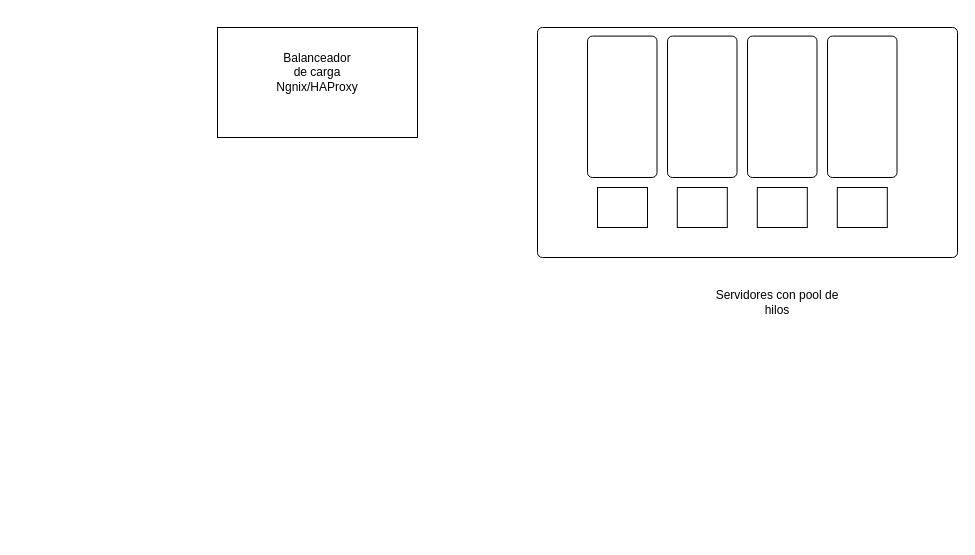
AbrilBartolome/PFO3_Redes keeps this draw.io diagram as Diagrama sin título.drawio. Above is the earlier version. Source tidied: cells renumbered, new cells numbered last; positions are measured from the earlier drawing's top-left corner, leaving out a move shared by most shapes. Both pictures are drawn from the tidied source at 100%, with x=0, y=0 at pixel (217, 27).
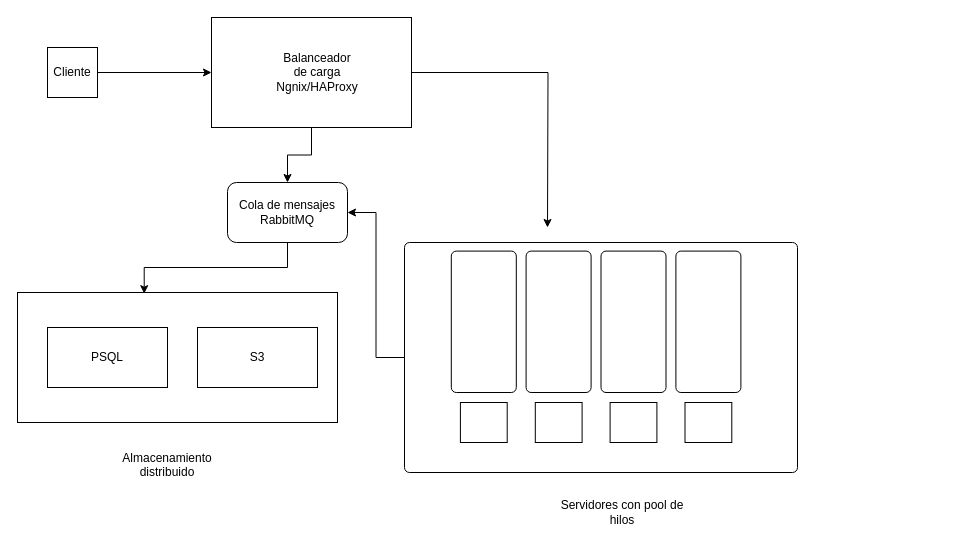
The same diagram, later.

What changed in the source:
```diff
@@
+    <mxCell id="15" style="edgeStyle=orthogonalEdgeStyle;rounded=0;jettySize=auto;html=1;" parent="1" edge="1" source="2">
+      <mxGeometry relative="1" as="geometry">
+        <mxPoint x="330" y="200" as="targetPoint" />
+      </mxGeometry>
+    </mxCell>
+    <mxCell id="16" style="edgeStyle=orthogonalEdgeStyle;rounded=0;jettySize=auto;html=1;" parent="1" edge="1" source="2" target="21">
+      <mxGeometry relative="1" as="geometry" />
+    </mxCell>
     <mxCell id="2" style="rounded=0;whiteSpace=wrap;html=1;" parent="1" vertex="1">
-      <mxGeometry width="200" height="110" as="geometry" />
+      <mxGeometry x="-6" y="-10" width="200" height="110" as="geometry" />
     </mxCell>
+    <mxCell id="17" style="edgeStyle=orthogonalEdgeStyle;rounded=0;jettySize=auto;html=1;entryX=1;entryY=0.5;entryDx=0;entryDy=0;" parent="1" edge="1" source="3" target="21">
+      <mxGeometry relative="1" as="geometry" />
+    </mxCell>
     <mxCell id="3" style="rounded=1;absoluteArcSize=1;html=1;arcSize=10;" parent="1" vertex="1">
-      <mxGeometry x="320" width="420" height="230" as="geometry" />
+      <mxGeometry x="187" y="215" width="393" height="230" as="geometry" />
     </mxCell>
     <mxCell id="4" style="html=1;shape=mxgraph.er.anchor;whiteSpace=wrap;" parent="3" vertex="1">
-      <mxGeometry width="210" height="172" as="geometry" />
+      <mxGeometry width="196.5" height="172" as="geometry" />
     </mxCell>
     <mxCell id="5" style="rounded=1;absoluteArcSize=1;html=1;arcSize=10;whiteSpace=wrap;strokeColor=inherit;fillColor=inherit;" parent="3" vertex="1">
-      <mxGeometry x="130" y="8.6" width="69.5" height="141.4" as="geometry" />
+      <mxGeometry x="121.6" y="8.6" width="65" height="141.4" as="geometry" />
     </mxCell>
     <mxCell id="6" style="rounded=1;absoluteArcSize=1;html=1;arcSize=10;whiteSpace=wrap;strokeColor=inherit;fillColor=inherit;" parent="3" vertex="1">
-      <mxGeometry x="210" y="8.6" width="69.5" height="141.4" as="geometry" />
+      <mxGeometry x="196.5" y="8.6" width="65" height="141.4" as="geometry" />
     </mxCell>
     <mxCell id="7" style="rounded=1;absoluteArcSize=1;html=1;arcSize=10;whiteSpace=wrap;strokeColor=inherit;fillColor=inherit;" parent="3" vertex="1">
-      <mxGeometry x="50" y="8.6" width="69.5" height="141.4" as="geometry" />
+      <mxGeometry x="46.8" y="8.6" width="65" height="141.4" as="geometry" />
     </mxCell>
     <mxCell id="8" style="whiteSpace=wrap;html=1;align=center;" parent="3" vertex="1">
-      <mxGeometry x="139.8" y="160" width="50" height="40" as="geometry" />
+      <mxGeometry x="130.8" y="160" width="46.8" height="40" as="geometry" />
     </mxCell>
     <mxCell id="9" style="whiteSpace=wrap;html=1;align=center;" parent="3" vertex="1">
-      <mxGeometry x="219.8" y="160" width="50" height="40" as="geometry" />
+      <mxGeometry x="205.6" y="160" width="46.8" height="40" as="geometry" />
     </mxCell>
     <mxCell id="10" style="rounded=1;absoluteArcSize=1;html=1;arcSize=10;whiteSpace=wrap;strokeColor=inherit;fillColor=inherit;" parent="3" vertex="1">
-      <mxGeometry x="290" y="8.6" width="69.5" height="141.4" as="geometry" />
+      <mxGeometry x="271.4" y="8.6" width="65" height="141.4" as="geometry" />
     </mxCell>
     <mxCell id="11" style="whiteSpace=wrap;html=1;align=center;" parent="3" vertex="1">
-      <mxGeometry x="299.8" y="160" width="50" height="40" as="geometry" />
+      <mxGeometry x="280.5" y="160" width="46.8" height="40" as="geometry" />
     </mxCell>
-    <mxCell id="12" style="whiteSpace=wrap;html=1;align=center;" parent="1" vertex="1">
-      <mxGeometry x="380" y="160" width="50" height="40" as="geometry" />
+    <mxCell id="12" style="whiteSpace=wrap;html=1;align=center;" parent="3" vertex="1">
+      <mxGeometry x="55.9" y="160" width="46.8" height="40" as="geometry" />
     </mxCell>
     <mxCell id="13" value="Servidores con pool de hilos" style="text;html=1;whiteSpace=wrap;strokeColor=none;fillColor=none;align=center;verticalAlign=middle;rounded=0;" parent="1" vertex="1">
-      <mxGeometry x="490" y="250" width="140" height="50" as="geometry" />
+      <mxGeometry x="335" y="460" width="140" height="50" as="geometry" />
     </mxCell>
@@
+    <mxCell id="18" style="edgeStyle=orthogonalEdgeStyle;rounded=0;jettySize=auto;html=1;" parent="1" edge="1" source="19" target="2">
+      <mxGeometry relative="1" as="geometry" />
+    </mxCell>
+    <mxCell id="19" value="Cliente" style="whiteSpace=wrap;html=1;" parent="1" vertex="1">
+      <mxGeometry x="-170" y="20" width="50" height="50" as="geometry" />
+    </mxCell>
+    <mxCell id="20" style="edgeStyle=orthogonalEdgeStyle;rounded=0;jettySize=auto;html=1;entryX=0.396;entryY=0.009;entryDx=0;entryDy=0;entryPerimeter=0;" parent="1" edge="1" source="21" target="22">
+      <mxGeometry relative="1" as="geometry" />
+    </mxCell>
+    <mxCell id="21" value="Cola de mensajes RabbitMQ" style="rounded=1;whiteSpace=wrap;html=1;" parent="1" vertex="1">
+      <mxGeometry x="10" y="155" width="120" height="60" as="geometry" />
+    </mxCell>
+    <mxCell id="22" style="rounded=0;whiteSpace=wrap;html=1;" parent="1" vertex="1">
+      <mxGeometry x="-200" y="265" width="320" height="130" as="geometry" />
+    </mxCell>
+    <mxCell id="23" value="PSQL" style="rounded=0;whiteSpace=wrap;html=1;" parent="1" vertex="1">
+      <mxGeometry x="-170" y="300" width="120" height="60" as="geometry" />
+    </mxCell>
+    <mxCell id="24" value="S3" style="rounded=0;whiteSpace=wrap;html=1;" parent="1" vertex="1">
+      <mxGeometry x="-20" y="300" width="120" height="60" as="geometry" />
+    </mxCell>
+    <mxCell id="25" value="Almacenamiento distribuido&lt;div&gt;&lt;br&gt;&lt;/div&gt;" style="text;html=1;whiteSpace=wrap;strokeColor=none;fillColor=none;align=center;verticalAlign=middle;rounded=0;" parent="1" vertex="1">
+      <mxGeometry x="-80" y="430" width="60" height="30" as="geometry" />
+    </mxCell>
```
